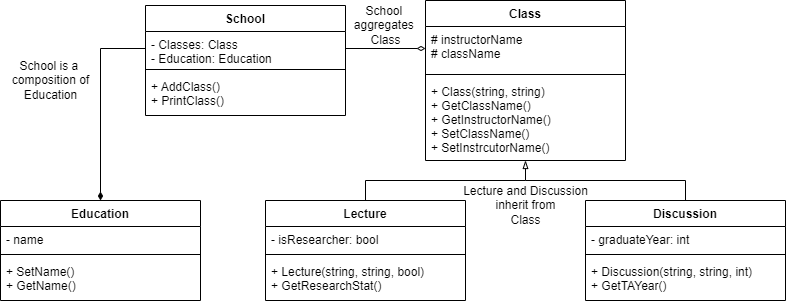
Earlier version of the draw.io export images/Untitled Diagram.drawio.png (CS100-SI/DevMethods). Source tidied: cells renumbered, new cells last; positions are measured from the earlier drawing's top-left corner, leaving out a move shared by most shapes.
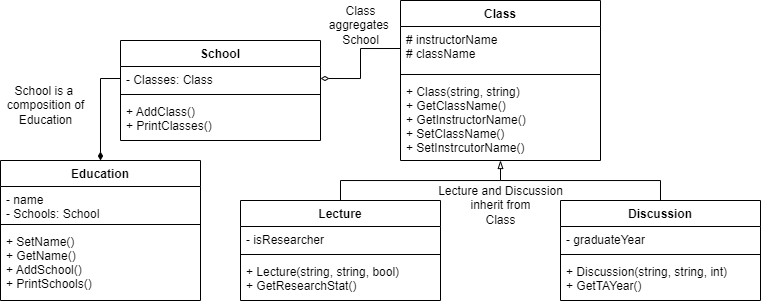
Later version of the same file.

The edit, as a diff of the source:
```diff
@@ -26,7 +26,7 @@
     <mxCell id="7" value="Lecture" style="swimlane;fontStyle=1;align=center;verticalAlign=top;horizontal=1;startSize=26;" parent="1" vertex="1">
       <mxGeometry x="265" y="200" width="200" height="100" as="geometry" />
     </mxCell>
-    <mxCell id="8" value="- isResearcher: bool" style="text;strokeColor=none;fillColor=none;align=left;verticalAlign=top;spacingLeft=4;spacingRight=4;overflow=hidden;" parent="7" vertex="1">
+    <mxCell id="8" value="- isResearcher" style="text;strokeColor=none;fillColor=none;align=left;verticalAlign=top;spacingLeft=4;spacingRight=4;overflow=hidden;" parent="7" vertex="1">
       <mxGeometry y="26" width="200" height="24" as="geometry" />
     </mxCell>
     <mxCell id="9" style="line;strokeWidth=1;fillColor=none;align=left;verticalAlign=middle;spacingTop=-1;spacingLeft=3;spacingRight=3;labelPosition=right;" parent="7" vertex="1">
@@ -41,7 +41,7 @@
     <mxCell id="12" value="Discussion" style="swimlane;fontStyle=1;align=center;verticalAlign=top;horizontal=1;startSize=26;" parent="1" vertex="1">
       <mxGeometry x="585" y="200" width="200" height="100" as="geometry" />
     </mxCell>
-    <mxCell id="13" value="- graduateYear: int" style="text;strokeColor=none;fillColor=none;align=left;verticalAlign=top;spacingLeft=4;spacingRight=4;overflow=hidden;" parent="12" vertex="1">
+    <mxCell id="13" value="- graduateYear" style="text;strokeColor=none;fillColor=none;align=left;verticalAlign=top;spacingLeft=4;spacingRight=4;overflow=hidden;" parent="12" vertex="1">
       <mxGeometry y="26" width="200" height="24" as="geometry" />
     </mxCell>
     <mxCell id="14" style="line;strokeWidth=1;fillColor=none;align=left;verticalAlign=middle;spacingTop=-1;spacingLeft=3;spacingRight=3;labelPosition=right;" parent="12" vertex="1">
@@ -51,43 +51,43 @@
       <mxGeometry y="58" width="200" height="42" as="geometry" />
     </mxCell>
     <mxCell id="16" value="School" style="swimlane;fontStyle=1;align=center;verticalAlign=top;horizontal=1;startSize=26;" parent="1" vertex="1">
-      <mxGeometry x="145" y="5" width="200" height="110" as="geometry" />
+      <mxGeometry x="145" y="40" width="200" height="100" as="geometry" />
     </mxCell>
-    <mxCell id="17" value="- Classes: Class&#10;- Education: Education" style="text;strokeColor=none;fillColor=none;align=left;verticalAlign=top;spacingLeft=4;spacingRight=4;overflow=hidden;points=[[0,0.5],[1,0.5]];portConstraint=eastwest;" parent="16" vertex="1">
-      <mxGeometry y="26" width="200" height="34" as="geometry" />
+    <mxCell id="17" value="- Classes: Class" style="text;strokeColor=none;fillColor=none;align=left;verticalAlign=top;spacingLeft=4;spacingRight=4;overflow=hidden;points=[[0,0.5],[1,0.5]];portConstraint=eastwest;" parent="16" vertex="1">
+      <mxGeometry y="26" width="200" height="24" as="geometry" />
     </mxCell>
     <mxCell id="18" style="line;strokeWidth=1;fillColor=none;align=left;verticalAlign=middle;spacingTop=-1;spacingLeft=3;spacingRight=3;labelPosition=right;" parent="16" vertex="1">
-      <mxGeometry y="60" width="200" height="8" as="geometry" />
+      <mxGeometry y="50" width="200" height="8" as="geometry" />
     </mxCell>
-    <mxCell id="19" value="+ AddClass()&#10;+ PrintClass()" style="text;strokeColor=none;fillColor=none;align=left;verticalAlign=top;spacingLeft=4;spacingRight=4;overflow=hidden;" parent="16" vertex="1">
-      <mxGeometry y="68" width="200" height="42" as="geometry" />
+    <mxCell id="19" value="+ AddClass()&#10;+ PrintClasses()" style="text;strokeColor=none;fillColor=none;align=left;verticalAlign=top;spacingLeft=4;spacingRight=4;overflow=hidden;" parent="16" vertex="1">
+      <mxGeometry y="58" width="200" height="42" as="geometry" />
     </mxCell>
-    <mxCell id="20" style="edgeStyle=orthogonalEdgeStyle;rounded=0;jettySize=auto;html=1;exitX=1;exitY=0.5;exitDx=0;exitDy=0;entryX=0;entryY=0.5;entryDx=0;entryDy=0;endArrow=diamondThin;endFill=0;" parent="1" edge="1" source="17" target="3">
+    <mxCell id="20" style="edgeStyle=orthogonalEdgeStyle;rounded=0;jettySize=auto;html=1;exitX=1;exitY=0.5;exitDx=0;exitDy=0;entryX=0;entryY=0.5;entryDx=0;entryDy=0;endArrow=none;endFill=0;startArrow=diamondThin;startFill=0;" parent="1" edge="1" source="17" target="3">
       <mxGeometry relative="1" as="geometry" />
     </mxCell>
-    <mxCell id="21" value="School &lt;br&gt;aggregates &lt;br&gt;Class" style="text;html=1;align=center;verticalAlign=middle;strokeColor=none;fillColor=none;" parent="1" vertex="1">
+    <mxCell id="21" value="Class&lt;br&gt;aggregates &lt;br&gt;School" style="text;html=1;align=center;verticalAlign=middle;strokeColor=none;fillColor=none;" parent="1" vertex="1">
       <mxGeometry x="345" width="80" height="50" as="geometry" />
     </mxCell>
     <mxCell id="22" value="Lecture and Discussion&lt;br&gt;inherit from&lt;br&gt;Class" style="text;html=1;align=center;verticalAlign=middle;strokeColor=none;fillColor=none;" parent="1" vertex="1">
       <mxGeometry x="455" y="180" width="140" height="50" as="geometry" />
     </mxCell>
     <mxCell id="23" value="Education" style="swimlane;fontStyle=1;align=center;verticalAlign=top;horizontal=1;startSize=26;" parent="1" vertex="1">
-      <mxGeometry y="200" width="200" height="100" as="geometry" />
+      <mxGeometry x="25" y="160" width="200" height="140" as="geometry" />
     </mxCell>
-    <mxCell id="24" value="- name" style="text;strokeColor=none;fillColor=none;align=left;verticalAlign=top;spacingLeft=4;spacingRight=4;overflow=hidden;" parent="23" vertex="1">
-      <mxGeometry y="26" width="200" height="24" as="geometry" />
+    <mxCell id="24" value="- name&#10;- Schools: School" style="text;strokeColor=none;fillColor=none;align=left;verticalAlign=top;spacingLeft=4;spacingRight=4;overflow=hidden;" parent="23" vertex="1">
+      <mxGeometry y="26" width="200" height="34" as="geometry" />
     </mxCell>
     <mxCell id="25" style="line;strokeWidth=1;fillColor=none;align=left;verticalAlign=middle;spacingTop=-1;spacingLeft=3;spacingRight=3;labelPosition=right;" parent="23" vertex="1">
-      <mxGeometry y="50" width="200" height="8" as="geometry" />
+      <mxGeometry y="60" width="200" height="8" as="geometry" />
     </mxCell>
-    <mxCell id="26" value="+ SetName()&#10;+ GetName()" style="text;strokeColor=none;fillColor=none;align=left;verticalAlign=top;spacingLeft=4;spacingRight=4;overflow=hidden;" parent="23" vertex="1">
-      <mxGeometry y="58" width="200" height="42" as="geometry" />
+    <mxCell id="26" value="+ SetName()&#10;+ GetName()&#10;+ AddSchool()&#10;+ PrintSchools()" style="text;strokeColor=none;fillColor=none;align=left;verticalAlign=top;spacingLeft=4;spacingRight=4;overflow=hidden;" parent="23" vertex="1">
+      <mxGeometry y="68" width="200" height="72" as="geometry" />
     </mxCell>
     <mxCell id="27" style="edgeStyle=orthogonalEdgeStyle;rounded=0;jettySize=auto;html=1;exitX=0;exitY=0.5;exitDx=0;exitDy=0;entryX=0.5;entryY=0;entryDx=0;entryDy=0;endArrow=diamondThin;endFill=1;" parent="1" edge="1" source="17" target="23">
       <mxGeometry relative="1" as="geometry" />
     </mxCell>
     <mxCell id="28" value="School is a&amp;nbsp;&lt;br&gt;composition of&lt;br&gt;Education" style="text;html=1;align=center;verticalAlign=middle;strokeColor=none;fillColor=none;" parent="1" vertex="1">
-      <mxGeometry x="5" y="55" width="90" height="50" as="geometry" />
+      <mxGeometry x="25" y="80" width="90" height="50" as="geometry" />
     </mxCell>
   </root>
 </mxGraphModel>
```
